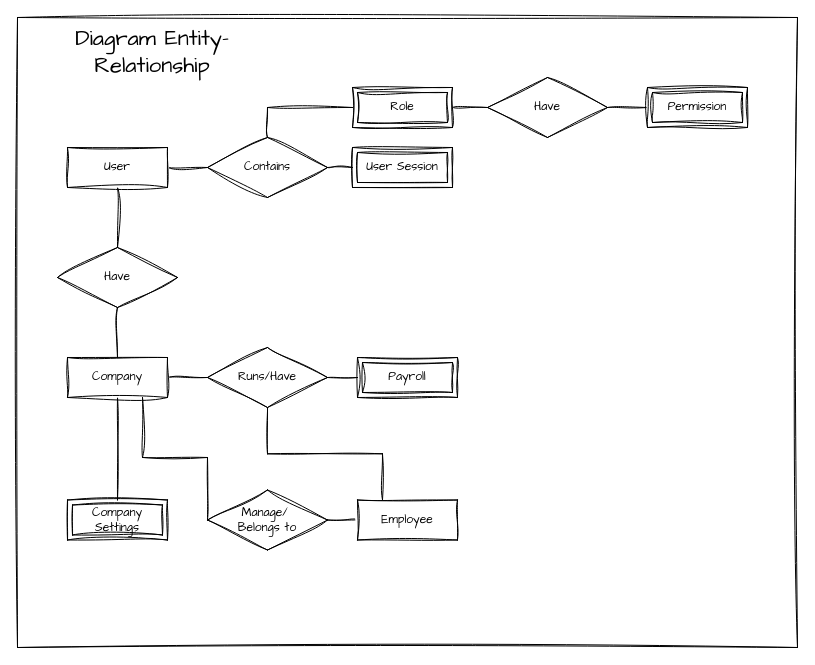
giuliosa/gestor-app keeps this draw.io diagram as apps/docs/DER-Gestor.drawio. Above is the earlier version. Source tidied: cells renumbered, new cells numbered last; positions are measured from the earlier drawing's top-left corner, leaving out a move shared by most shapes. Both pictures are drawn from the tidied source at 100%, with x=0, y=0 at pixel (17, 17).
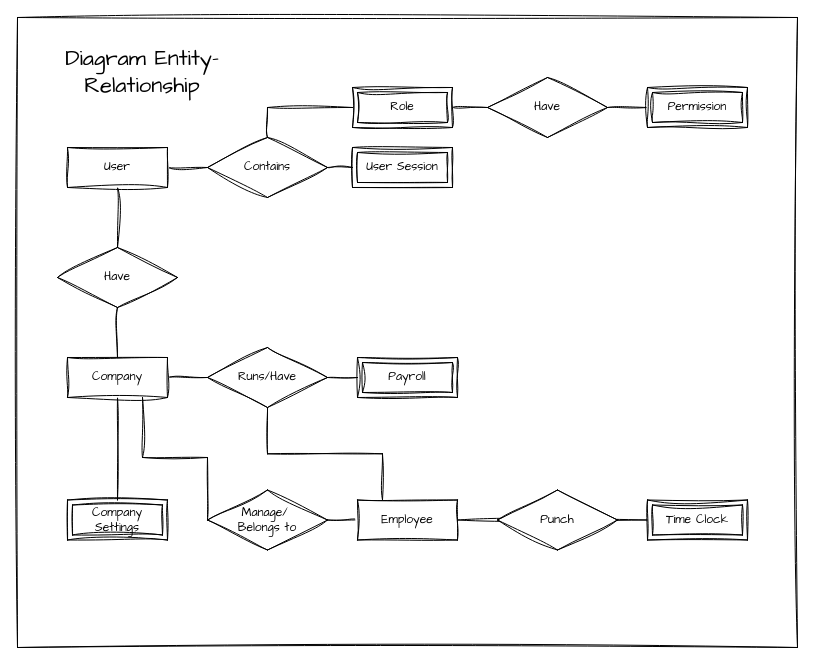
After the change.

Unchanged cells that the change refers to:
```xml
<mxCell id="25" value="&lt;div&gt;Employee&lt;/div&gt;" style="whiteSpace=wrap;html=1;align=center;sketch=1;hachureGap=4;jiggle=2;curveFitting=1;fontFamily=Architects Daughter;" parent="1" vertex="1">
  <mxGeometry x="340" y="482.5" width="100" height="40" as="geometry" />
</mxCell>
```

Change to the diagram source:
```diff
@@
     <mxCell id="3" value="&lt;font style=&quot;font-size: 22px;&quot;&gt;Diagram Entity-Relationship&lt;/font&gt;" style="text;html=1;align=center;verticalAlign=middle;whiteSpace=wrap;rounded=0;fontFamily=Architects Daughter;" parent="1" vertex="1">
-      <mxGeometry x="20" y="20" width="230" height="30" as="geometry" />
+      <mxGeometry x="10" y="40" width="230" height="30" as="geometry" />
     </mxCell>
@@
+    <mxCell id="30" style="edgeStyle=orthogonalEdgeStyle;rounded=0;sketch=1;hachureGap=4;jiggle=2;curveFitting=1;jettySize=auto;html=1;exitX=1;exitY=0.5;exitDx=0;exitDy=0;entryX=0;entryY=0.5;entryDx=0;entryDy=0;fontFamily=Architects Daughter;endArrow=none;startFill=0;" parent="1" edge="1" source="25" target="31">
+      <mxGeometry relative="1" as="geometry" />
+    </mxCell>
@@
+    <mxCell id="31" value="Time Clock" style="shape=ext;margin=3;double=1;whiteSpace=wrap;html=1;align=center;sketch=1;hachureGap=4;jiggle=2;curveFitting=1;fontFamily=Architects Daughter;" parent="1" vertex="1">
+      <mxGeometry x="630" y="482.5" width="100" height="40" as="geometry" />
+    </mxCell>
+    <mxCell id="32" value="Punch" style="shape=rhombus;perimeter=rhombusPerimeter;whiteSpace=wrap;html=1;align=center;sketch=1;hachureGap=4;jiggle=2;curveFitting=1;fontFamily=Architects Daughter;" parent="1" vertex="1">
+      <mxGeometry x="480" y="472.5" width="120" height="60" as="geometry" />
+    </mxCell>
```
